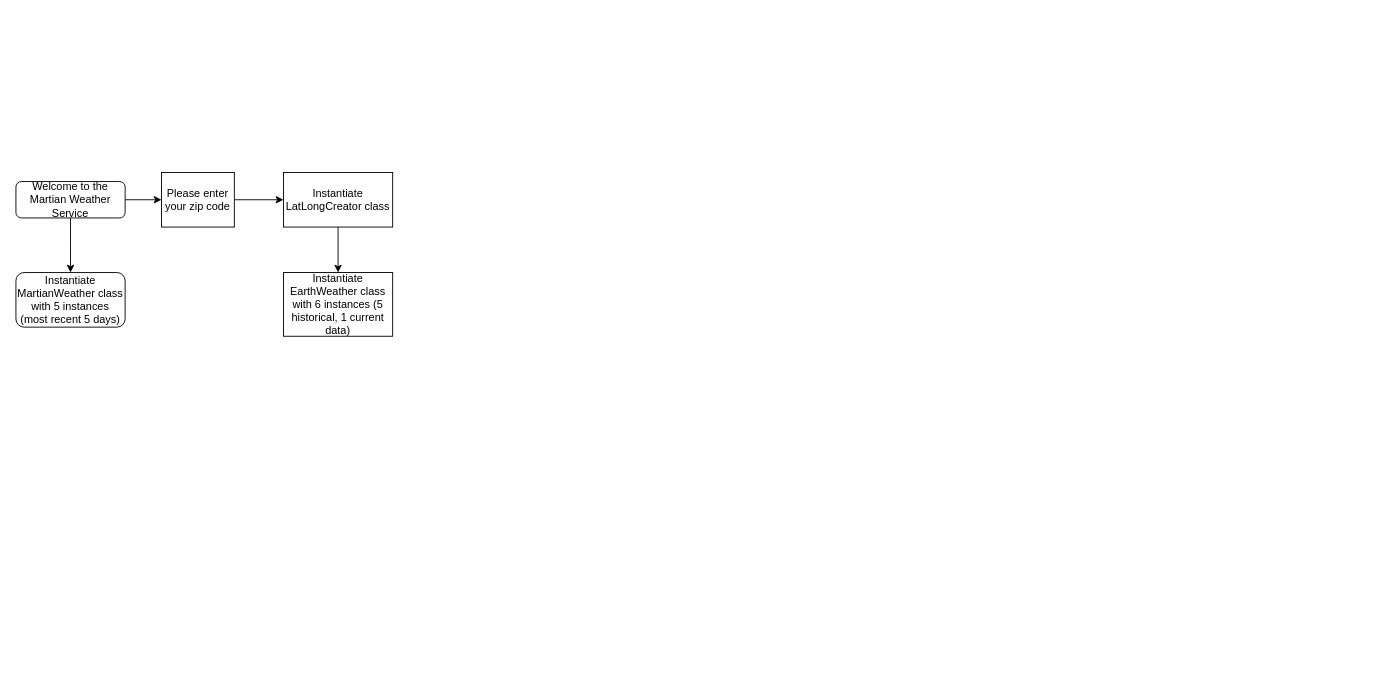
Before: CLI_Flowchart.drawio in zkobrinsky/Flatiron_Project1_CLI_200817, a draw.io diagram. Source tidied: cells renumbered, new cells numbered last; positions are measured from the earlier drawing's top-left corner, leaving out a move shared by most shapes. Both pictures are drawn from the tidied source at 91%, with x=0, y=0 at pixel (15, 172).
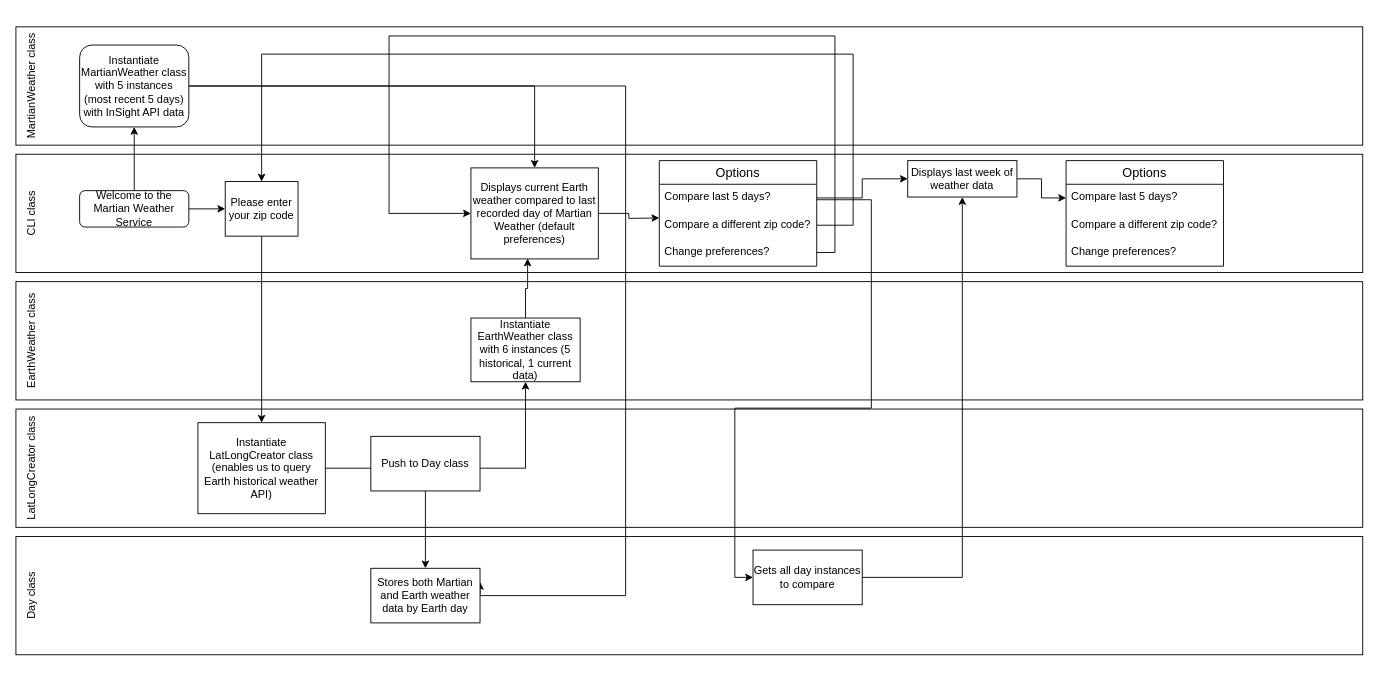
After the change.

Change to the diagram source:
```diff
@@
+    <mxCell id="12" style="rounded=0;whiteSpace=wrap;html=1;" parent="1" vertex="1">
+      <mxGeometry y="400" width="1480" height="130" as="geometry" />
+    </mxCell>
+    <mxCell id="13" style="rounded=0;whiteSpace=wrap;html=1;" parent="1" vertex="1">
+      <mxGeometry y="260" width="1480" height="130" as="geometry" />
+    </mxCell>
+    <mxCell id="14" value="LatLongCreator class" style="text;html=1;strokeColor=none;fillColor=none;align=center;verticalAlign=middle;whiteSpace=wrap;rounded=0;rotation=270;" parent="1" vertex="1">
+      <mxGeometry x="-60" y="315" width="155" height="20" as="geometry" />
+    </mxCell>
+    <mxCell id="15" value="Day class" style="text;html=1;strokeColor=none;fillColor=none;align=center;verticalAlign=middle;whiteSpace=wrap;rounded=0;rotation=270;" parent="1" vertex="1">
+      <mxGeometry x="-60" y="455" width="155" height="20" as="geometry" />
+    </mxCell>
+    <mxCell id="16" style="rounded=0;whiteSpace=wrap;html=1;" parent="1" vertex="1">
+      <mxGeometry y="120" width="1480" height="130" as="geometry" />
+    </mxCell>
+    <mxCell id="17" value="EarthWeather class" style="text;html=1;strokeColor=none;fillColor=none;align=center;verticalAlign=middle;whiteSpace=wrap;rounded=0;rotation=270;" parent="1" vertex="1">
+      <mxGeometry x="-60" y="175" width="155" height="20" as="geometry" />
+    </mxCell>
+    <mxCell id="18" style="rounded=0;whiteSpace=wrap;html=1;" parent="1" vertex="1">
+      <mxGeometry y="-20" width="1480" height="130" as="geometry" />
+    </mxCell>
+    <mxCell id="19" value="CLI class" style="text;html=1;strokeColor=none;fillColor=none;align=center;verticalAlign=middle;whiteSpace=wrap;rounded=0;rotation=270;" parent="1" vertex="1">
+      <mxGeometry x="-60" y="35" width="155" height="20" as="geometry" />
+    </mxCell>
+    <mxCell id="20" style="rounded=0;whiteSpace=wrap;html=1;" parent="1" vertex="1">
+      <mxGeometry y="-160" width="1480" height="130" as="geometry" />
+    </mxCell>
@@
-    <mxCell id="3" style="edgeStyle=orthogonalEdgeStyle;rounded=0;jettySize=auto;html=1;exitX=0.5;exitY=1;exitDx=0;exitDy=0;" parent="1" edge="1" source="4">
-      <mxGeometry relative="1" as="geometry">
-        <mxPoint x="60" y="110" as="targetPoint" />
-      </mxGeometry>
-    </mxCell>
+    <mxCell id="21" style="edgeStyle=orthogonalEdgeStyle;rounded=0;jettySize=auto;html=1;exitX=0.5;exitY=0;exitDx=0;exitDy=0;entryX=0.5;entryY=1;entryDx=0;entryDy=0;" parent="1" edge="1" source="4" target="10">
+      <mxGeometry relative="1" as="geometry" />
+    </mxCell>
     <mxCell id="4" value="Welcome to the Martian Weather Service" style="rounded=1;whiteSpace=wrap;html=1;fontSize=12;glass=0;strokeWidth=1;shadow=0;" parent="1" vertex="1">
-      <mxGeometry y="10" width="120" height="40" as="geometry" />
+      <mxGeometry x="70" y="20" width="120" height="40" as="geometry" />
     </mxCell>
-    <mxCell id="5" style="edgeStyle=orthogonalEdgeStyle;rounded=0;jettySize=auto;html=1;exitX=1;exitY=0.5;exitDx=0;exitDy=0;" parent="1" edge="1" source="6" target="9">
+    <mxCell id="5" style="edgeStyle=orthogonalEdgeStyle;rounded=0;jettySize=auto;html=1;exitX=0.5;exitY=1;exitDx=0;exitDy=0;" parent="1" edge="1" source="6" target="9">
       <mxGeometry relative="1" as="geometry" />
     </mxCell>
     <mxCell id="6" value="Please enter your zip code" style="rounded=0;whiteSpace=wrap;html=1;" parent="1" vertex="1">
-      <mxGeometry x="160" width="80" height="60" as="geometry" />
+      <mxGeometry x="230" y="10" width="80" height="60" as="geometry" />
     </mxCell>
     <mxCell id="7" style="edgeStyle=orthogonalEdgeStyle;rounded=0;orthogonalLoop=1;jettySize=auto;html=1;exitX=0.5;exitY=1;exitDx=0;exitDy=0;" parent="1" edge="1">
       <mxGeometry relative="1" as="geometry">
-        <mxPoint x="230" y="210" as="sourcePoint" />
-        <mxPoint x="230" y="210" as="targetPoint" />
+        <mxPoint x="300" y="210" as="sourcePoint" />
+        <mxPoint x="300" y="210" as="targetPoint" />
       </mxGeometry>
     </mxCell>
+    <mxCell id="9" value="Instantiate LatLongCreator class (enables us to query Earth historical weather API)" style="rounded=0;whiteSpace=wrap;html=1;" parent="1" vertex="1">
+      <mxGeometry x="200" y="275" width="140" height="100" as="geometry" />
+    </mxCell>
+    <mxCell id="22" style="edgeStyle=orthogonalEdgeStyle;rounded=0;jettySize=auto;html=1;exitX=1;exitY=0.5;exitDx=0;exitDy=0;entryX=0.5;entryY=0;entryDx=0;entryDy=0;" parent="1" edge="1" source="10" target="26">
+      <mxGeometry relative="1" as="geometry" />
+    </mxCell>
+    <mxCell id="23" style="edgeStyle=orthogonalEdgeStyle;rounded=0;jettySize=auto;html=1;entryX=1;entryY=0.25;entryDx=0;entryDy=0;" parent="1" edge="1" source="10" target="30">
+      <mxGeometry relative="1" as="geometry">
+        <Array as="points">
+          <mxPoint x="670" y="-95" />
+          <mxPoint x="670" y="465" />
+          <mxPoint x="510" y="465" />
+        </Array>
+      </mxGeometry>
+    </mxCell>
+    <mxCell id="10" value="Instantiate MartianWeather class with 5 instances (most recent 5 days) with InSight API data" style="rounded=1;whiteSpace=wrap;html=1;" parent="1" vertex="1">
+      <mxGeometry x="70" y="-140" width="120" height="90" as="geometry" />
+    </mxCell>
+    <mxCell id="24" style="edgeStyle=orthogonalEdgeStyle;rounded=0;jettySize=auto;html=1;exitX=0.5;exitY=0;exitDx=0;exitDy=0;entryX=0.445;entryY=0.996;entryDx=0;entryDy=0;entryPerimeter=0;" parent="1" edge="1" source="11" target="26">
+      <mxGeometry relative="1" as="geometry" />
+    </mxCell>
+    <mxCell id="11" value="Instantiate EarthWeather class with 6 instances (5 historical, 1 current data)" style="rounded=0;whiteSpace=wrap;html=1;" parent="1" vertex="1">
+      <mxGeometry x="500" y="160" width="120" height="70" as="geometry" />
+    </mxCell>
+    <mxCell id="25" style="edgeStyle=orthogonalEdgeStyle;rounded=0;jettySize=auto;html=1;" parent="1" edge="1" source="26">
+      <mxGeometry relative="1" as="geometry">
+        <mxPoint x="707" y="50" as="targetPoint" />
+      </mxGeometry>
+    </mxCell>
+    <mxCell id="26" value="Displays current Earth weather compared to last recorded day of Martian Weather (default preferences)" style="rounded=0;whiteSpace=wrap;html=1;" parent="1" vertex="1">
+      <mxGeometry x="500" y="-5" width="140" height="100" as="geometry" />
+    </mxCell>
+    <mxCell id="27" value="MartianWeather class" style="text;html=1;strokeColor=none;fillColor=none;align=center;verticalAlign=middle;whiteSpace=wrap;rounded=0;rotation=270;" parent="1" vertex="1">
+      <mxGeometry x="-60" y="-105" width="155" height="20" as="geometry" />
+    </mxCell>
-    <mxCell id="8" style="edgeStyle=orthogonalEdgeStyle;rounded=0;jettySize=auto;html=1;exitX=0.5;exitY=1;exitDx=0;exitDy=0;" parent="1" edge="1" source="9" target="11">
+    <mxCell id="8" style="edgeStyle=orthogonalEdgeStyle;rounded=0;jettySize=auto;html=1;" parent="1" edge="1" source="9" target="11">
       <mxGeometry relative="1" as="geometry" />
     </mxCell>
-    <mxCell id="9" value="Instantiate LatLongCreator class" style="rounded=0;whiteSpace=wrap;html=1;" parent="1" vertex="1">
-      <mxGeometry x="294" width="120" height="60" as="geometry" />
-    </mxCell>
-    <mxCell id="10" value="Instantiate MartianWeather class with 5 instances (most recent 5 days)" style="rounded=1;whiteSpace=wrap;html=1;" parent="1" vertex="1">
-      <mxGeometry y="110" width="120" height="60" as="geometry" />
-    </mxCell>
-    <mxCell id="11" value="Instantiate EarthWeather class with 6 instances (5 historical, 1 current data)" style="rounded=0;whiteSpace=wrap;html=1;" parent="1" vertex="1">
-      <mxGeometry x="294" y="110" width="120" height="70" as="geometry" />
-    </mxCell>
+    <mxCell id="28" style="edgeStyle=orthogonalEdgeStyle;rounded=0;jettySize=auto;html=1;entryX=0.5;entryY=0;entryDx=0;entryDy=0;" parent="1" edge="1" source="29" target="30">
+      <mxGeometry relative="1" as="geometry" />
+    </mxCell>
+    <mxCell id="29" value="Push to Day class" style="rounded=0;whiteSpace=wrap;html=1;" parent="1" vertex="1">
+      <mxGeometry x="390" y="290" width="120" height="60" as="geometry" />
+    </mxCell>
+    <mxCell id="30" value="Stores both Martian and Earth weather data by Earth day" style="rounded=0;whiteSpace=wrap;html=1;" parent="1" vertex="1">
+      <mxGeometry x="390" y="435" width="120" height="60" as="geometry" />
+    </mxCell>
+    <mxCell id="31" style="edgeStyle=orthogonalEdgeStyle;rounded=0;jettySize=auto;html=1;" parent="1" edge="1" source="32" target="44">
+      <mxGeometry relative="1" as="geometry" />
+    </mxCell>
+    <mxCell id="32" value="Displays last week of weather data" style="rounded=0;whiteSpace=wrap;html=1;" parent="1" vertex="1">
+      <mxGeometry x="980" y="-13" width="120" height="40" as="geometry" />
+    </mxCell>
+    <mxCell id="33" style="edgeStyle=orthogonalEdgeStyle;rounded=0;jettySize=auto;html=1;entryX=0;entryY=0.5;entryDx=0;entryDy=0;" parent="1" edge="1" source="34" target="40">
+      <mxGeometry relative="1" as="geometry">
+        <Array as="points">
+          <mxPoint x="940" y="30" />
+          <mxPoint x="940" y="259" />
+          <mxPoint x="790" y="259" />
+          <mxPoint x="790" y="445" />
+        </Array>
+      </mxGeometry>
+    </mxCell>
+    <mxCell id="34" value="Options" style="swimlane;fontStyle=0;horizontal=1;startSize=26;align=center;fontSize=14;" parent="1" vertex="1">
+      <mxGeometry x="707" y="-13" width="173" height="116" as="geometry" />
+    </mxCell>
+    <mxCell id="35" value="Compare last 5 days?" style="text;strokeColor=none;fillColor=none;spacingLeft=4;spacingRight=4;overflow=hidden;points=[[0,0.5],[1,0.5]];portConstraint=eastwest;fontSize=12;" parent="34" vertex="1">
+      <mxGeometry y="26" width="173" height="30" as="geometry" />
+    </mxCell>
+    <mxCell id="36" value="Compare a different zip code?" style="text;strokeColor=none;fillColor=none;spacingLeft=4;spacingRight=4;overflow=hidden;points=[[0,0.5],[1,0.5]];portConstraint=eastwest;fontSize=12;" parent="34" vertex="1">
+      <mxGeometry y="56" width="173" height="30" as="geometry" />
+    </mxCell>
+    <mxCell id="37" value="Change preferences?" style="text;strokeColor=none;fillColor=none;spacingLeft=4;spacingRight=4;overflow=hidden;points=[[0,0.5],[1,0.5]];portConstraint=eastwest;fontSize=12;" parent="34" vertex="1">
+      <mxGeometry y="86" width="173" height="30" as="geometry" />
+    </mxCell>
+    <mxCell id="38" style="edgeStyle=orthogonalEdgeStyle;rounded=0;jettySize=auto;html=1;exitX=1;exitY=0.5;exitDx=0;exitDy=0;entryX=0;entryY=0.5;entryDx=0;entryDy=0;" parent="1" edge="1" source="35" target="32">
+      <mxGeometry relative="1" as="geometry" />
+    </mxCell>
+    <mxCell id="39" style="edgeStyle=orthogonalEdgeStyle;rounded=0;jettySize=auto;html=1;entryX=0.5;entryY=1;entryDx=0;entryDy=0;" parent="1" edge="1" source="40" target="32">
+      <mxGeometry relative="1" as="geometry" />
+    </mxCell>
+    <mxCell id="40" value="Gets all day instances to compare" style="rounded=0;whiteSpace=wrap;html=1;" parent="1" vertex="1">
+      <mxGeometry x="810" y="415" width="120" height="60" as="geometry" />
+    </mxCell>
+    <mxCell id="41" style="edgeStyle=orthogonalEdgeStyle;rounded=0;jettySize=auto;html=1;" parent="1" edge="1" source="36" target="6">
+      <mxGeometry relative="1" as="geometry">
+        <Array as="points">
+          <mxPoint x="920" y="58" />
+          <mxPoint x="920" y="-130" />
+          <mxPoint x="270" y="-130" />
+        </Array>
+      </mxGeometry>
+    </mxCell>
+    <mxCell id="42" style="edgeStyle=orthogonalEdgeStyle;rounded=0;jettySize=auto;html=1;" parent="1" edge="1" source="37" target="26">
+      <mxGeometry relative="1" as="geometry">
+        <Array as="points">
+          <mxPoint x="900" y="88" />
+          <mxPoint x="900" y="-150" />
+          <mxPoint x="410" y="-150" />
+          <mxPoint x="410" y="45" />
+        </Array>
+      </mxGeometry>
+    </mxCell>
+    <mxCell id="43" value="Options" style="swimlane;fontStyle=0;horizontal=1;startSize=26;align=center;fontSize=14;" parent="1" vertex="1">
+      <mxGeometry x="1154" y="-13" width="173" height="116" as="geometry" />
+    </mxCell>
+    <mxCell id="44" value="Compare last 5 days?" style="text;strokeColor=none;fillColor=none;spacingLeft=4;spacingRight=4;overflow=hidden;points=[[0,0.5],[1,0.5]];portConstraint=eastwest;fontSize=12;" parent="43" vertex="1">
+      <mxGeometry y="26" width="173" height="30" as="geometry" />
+    </mxCell>
+    <mxCell id="45" value="Compare a different zip code?" style="text;strokeColor=none;fillColor=none;spacingLeft=4;spacingRight=4;overflow=hidden;fontSize=12;" parent="43" vertex="1">
+      <mxGeometry y="56" width="173" height="30" as="geometry" />
+    </mxCell>
+    <mxCell id="46" value="Change preferences?" style="text;strokeColor=none;fillColor=none;spacingLeft=4;spacingRight=4;overflow=hidden;fontSize=12;" parent="43" vertex="1">
+      <mxGeometry y="86" width="173" height="30" as="geometry" />
+    </mxCell>
```
